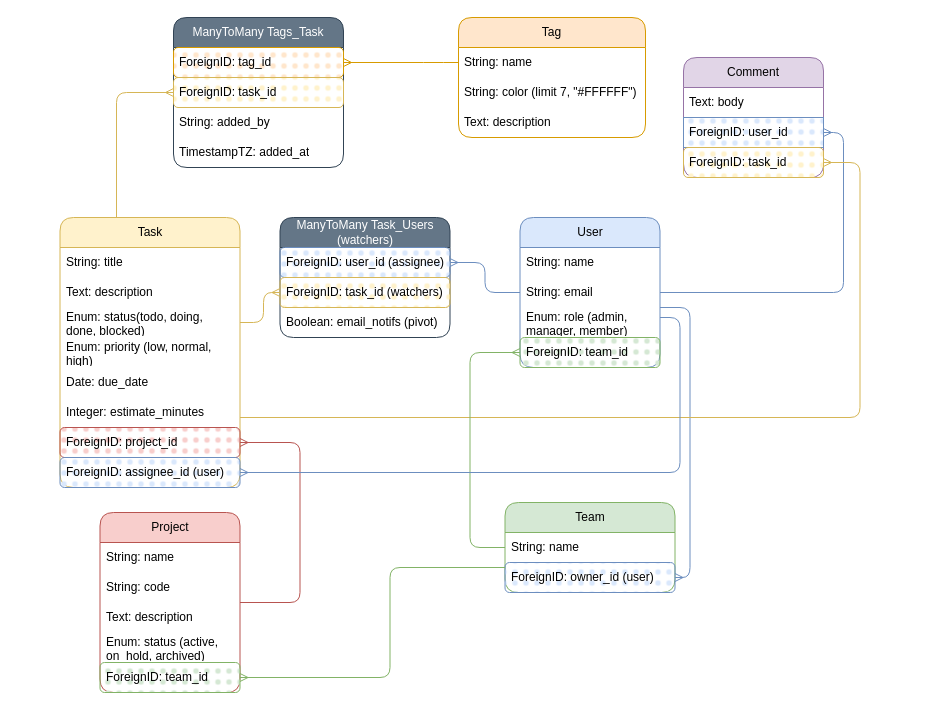
Before: documentation/entity relationship diagram.drawio in DevindeWit/tasklist, a draw.io diagram. Source tidied: cells renumbered, new cells numbered last; positions are measured from the earlier drawing's top-left corner, leaving out a move shared by most shapes. Both pictures are drawn from the tidied source at 100%, with x=0, y=0 at pixel (59, 17).
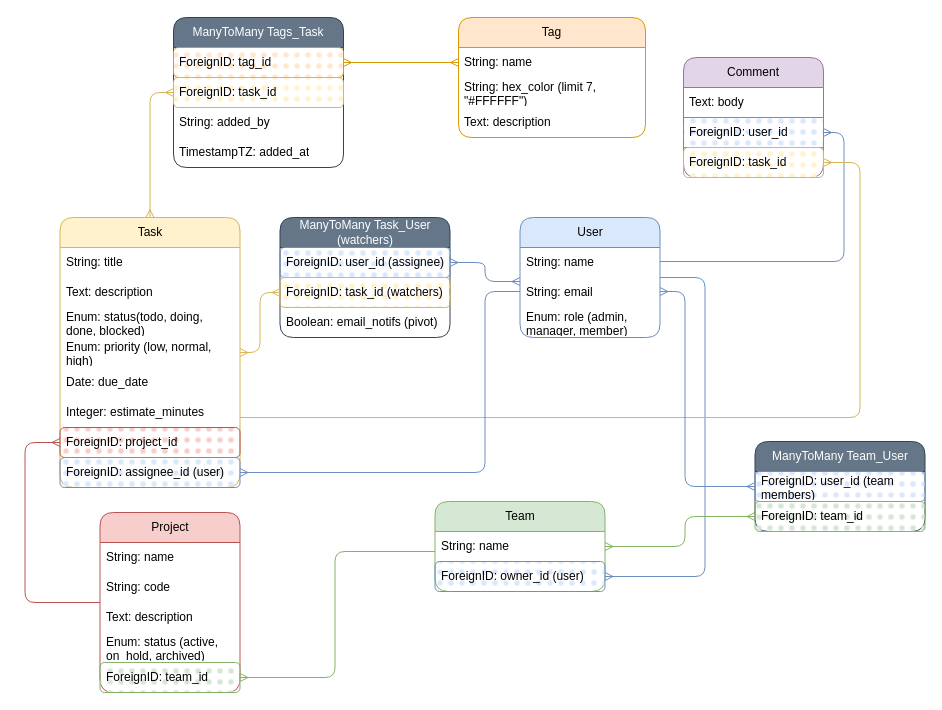
After the change.

The change refers to these unchanged cells:
```xml
<mxCell id="4" value="ForeignID: owner_id (user)" style="text;strokeColor=#6c8ebf;fillColor=#dae8fc;align=left;verticalAlign=middle;spacingLeft=4;spacingRight=4;overflow=hidden;points=[[0,0.5],[1,0.5]];portConstraint=eastwest;whiteSpace=wrap;html=1;fillStyle=dots;rounded=1;" parent="2" vertex="1">
  <mxGeometry y="60" width="170" height="30" as="geometry" />
</mxCell>
<mxCell id="10" value="Project" style="swimlane;fontStyle=0;horizontal=1;startSize=30;whiteSpace=wrap;html=1;fillColor=#f8cecc;strokeColor=#b85450;swimlaneFillColor=none;perimeterSpacing=0;rounded=1;shadow=0;" parent="1" vertex="1">
  <mxGeometry x="40.5" y="495" width="140" height="180" as="geometry" />
</mxCell>
<mxCell id="15" value="ForeignID: team_id" style="text;strokeColor=#82b366;fillColor=#d5e8d4;align=left;verticalAlign=middle;spacingLeft=4;spacingRight=4;overflow=hidden;points=[[0,0.5],[1,0.5]];portConstraint=eastwest;whiteSpace=wrap;html=1;fillStyle=dots;rounded=1;" parent="10" vertex="1">
  <mxGeometry y="150" width="140" height="30" as="geometry" />
</mxCell>
<mxCell id="16" value="Task" style="swimlane;fontStyle=0;horizontal=1;startSize=30;whiteSpace=wrap;html=1;fillColor=#fff2cc;strokeColor=#d6b656;swimlaneFillColor=none;perimeterSpacing=0;rounded=1;shadow=0;" parent="1" vertex="1">
  <mxGeometry x="0.5" y="200" width="180" height="270" as="geometry" />
</mxCell>
<mxCell id="23" value="ForeignID: project_id" style="text;strokeColor=#b85450;fillColor=#f8cecc;align=left;verticalAlign=middle;spacingLeft=4;spacingRight=4;overflow=hidden;points=[[0,0.5],[1,0.5]];portConstraint=eastwest;whiteSpace=wrap;html=1;rounded=1;fillStyle=dots;" parent="16" vertex="1">
  <mxGeometry y="210" width="180" height="30" as="geometry" />
</mxCell>
<mxCell id="24" value="ForeignID: assignee_id (user)" style="text;strokeColor=#6c8ebf;fillColor=#dae8fc;align=left;verticalAlign=middle;spacingLeft=4;spacingRight=4;overflow=hidden;points=[[0,0.5],[1,0.5]];portConstraint=eastwest;whiteSpace=wrap;html=1;rounded=1;fillStyle=dots;" parent="16" vertex="1">
  <mxGeometry y="240" width="180" height="30" as="geometry" />
</mxCell>
<mxCell id="25" value="Tag" style="swimlane;fontStyle=0;horizontal=1;startSize=30;whiteSpace=wrap;html=1;fillColor=#ffe6cc;strokeColor=#d79b00;swimlaneFillColor=none;perimeterSpacing=0;rounded=1;shadow=0;" parent="1" vertex="1">
  <mxGeometry x="399" width="187" height="120" as="geometry" />
</mxCell>
<mxCell id="31" value="ForeignID: user_id" style="text;strokeColor=#6c8ebf;fillColor=#dae8fc;align=left;verticalAlign=middle;spacingLeft=4;spacingRight=4;overflow=hidden;points=[[0,0.5],[1,0.5]];portConstraint=eastwest;whiteSpace=wrap;html=1;fillStyle=dots;" parent="29" vertex="1">
  <mxGeometry y="60" width="140" height="30" as="geometry" />
</mxCell>
<mxCell id="37" value="ManyToMany Tags_Task" style="swimlane;fontStyle=0;horizontal=1;startSize=30;whiteSpace=wrap;html=1;swimlaneFillColor=none;perimeterSpacing=0;rounded=1;shadow=0;fillColor=#647687;fontColor=#ffffff;strokeColor=#314354;" parent="1" vertex="1">
  <mxGeometry x="114" width="170" height="150" as="geometry" />
</mxCell>
<mxCell id="38" value="ForeignID: tag_id" style="text;strokeColor=#d79b00;fillColor=#ffe6cc;align=left;verticalAlign=middle;spacingLeft=4;spacingRight=4;overflow=hidden;points=[[0,0.5],[1,0.5]];portConstraint=eastwest;whiteSpace=wrap;html=1;rounded=1;fillStyle=dots;" parent="37" vertex="1">
  <mxGeometry y="30" width="170" height="30" as="geometry" />
</mxCell>
```

Diff of the diagram source:
```diff
@@
     <mxCell id="2" value="Team" style="swimlane;fontStyle=0;horizontal=1;startSize=30;whiteSpace=wrap;html=1;fillColor=#d5e8d4;strokeColor=#82b366;gradientColor=none;swimlaneFillColor=none;perimeterSpacing=0;rounded=1;shadow=0;" parent="1" vertex="1">
-      <mxGeometry x="445.5" y="485" width="170" height="90" as="geometry" />
+      <mxGeometry x="375.5" y="484" width="170" height="90" as="geometry" />
     </mxCell>
@@
     <mxCell id="5" value="User" style="swimlane;fontStyle=0;horizontal=1;startSize=30;whiteSpace=wrap;html=1;fillColor=#dae8fc;strokeColor=#6c8ebf;swimlaneFillColor=none;perimeterSpacing=0;rounded=1;shadow=0;" parent="1" vertex="1">
-      <mxGeometry x="460.5" y="200" width="140" height="150" as="geometry" />
+      <mxGeometry x="460.5" y="200" width="140" height="120" as="geometry" />
     </mxCell>
-    <mxCell id="6" value="String: name" style="text;strokeColor=none;fillColor=none;align=left;verticalAlign=middle;spacingLeft=4;spacingRight=4;overflow=hidden;whiteSpace=wrap;html=1;" parent="5" vertex="1">
-      <mxGeometry y="30" width="140" height="30" as="geometry" />
-    </mxCell>
+    <mxCell id="53" value="String: name" style="text;strokeColor=none;fillColor=none;align=left;verticalAlign=middle;spacingLeft=4;spacingRight=4;overflow=hidden;whiteSpace=wrap;html=1;" parent="5" vertex="1">
+      <mxGeometry y="30" width="140" height="30" as="geometry" />
+    </mxCell>
@@
-    <mxCell id="9" value="ForeignID: team_id" style="text;strokeColor=#82b366;fillColor=#d5e8d4;align=left;verticalAlign=middle;spacingLeft=4;spacingRight=4;overflow=hidden;points=[[0,0.5],[1,0.5]];portConstraint=eastwest;whiteSpace=wrap;html=1;fillStyle=dots;rounded=1;" parent="5" vertex="1">
-      <mxGeometry y="120" width="140" height="30" as="geometry" />
-    </mxCell>
@@
-    <mxCell id="11" value="String: name" style="text;strokeColor=none;fillColor=none;align=left;verticalAlign=middle;spacingLeft=4;spacingRight=4;overflow=hidden;whiteSpace=wrap;html=1;" parent="10" vertex="1">
-      <mxGeometry y="30" width="140" height="30" as="geometry" />
-    </mxCell>
+    <mxCell id="54" value="String: name" style="text;strokeColor=none;fillColor=none;align=left;verticalAlign=middle;spacingLeft=4;spacingRight=4;overflow=hidden;whiteSpace=wrap;html=1;" parent="10" vertex="1">
+      <mxGeometry y="30" width="140" height="30" as="geometry" />
+    </mxCell>
@@
-    <mxCell id="27" value="String: color (limit 7, &quot;#FFFFFF&quot;)" style="text;strokeColor=none;fillColor=none;align=left;verticalAlign=middle;spacingLeft=4;spacingRight=4;overflow=hidden;whiteSpace=wrap;html=1;" parent="25" vertex="1">
-      <mxGeometry y="60" width="187" height="30" as="geometry" />
-    </mxCell>
+    <mxCell id="55" value="String: hex_&lt;span style=&quot;background-color: transparent; color: light-dark(rgb(0, 0, 0), rgb(255, 255, 255));&quot;&gt;color (limit 7, &quot;#FFFFFF&quot;)&lt;/span&gt;" style="text;strokeColor=none;fillColor=none;align=left;verticalAlign=middle;spacingLeft=4;spacingRight=4;overflow=hidden;whiteSpace=wrap;html=1;" parent="25" vertex="1">
+      <mxGeometry y="60" width="187" height="30" as="geometry" />
+    </mxCell>
@@
-    <mxCell id="33" value="ManyToMany Task_Users (watchers)" style="swimlane;fontStyle=0;horizontal=1;startSize=30;whiteSpace=wrap;html=1;swimlaneFillColor=none;perimeterSpacing=0;rounded=1;shadow=0;fillColor=#647687;fontColor=#ffffff;strokeColor=#314354;" parent="1" vertex="1">
-      <mxGeometry x="220.5" y="200" width="170" height="120" as="geometry" />
-    </mxCell>
+    <mxCell id="56" value="ManyToMany Task_User (watchers)" style="swimlane;fontStyle=0;horizontal=1;startSize=30;whiteSpace=wrap;html=1;swimlaneFillColor=none;perimeterSpacing=0;rounded=1;shadow=0;fillColor=#647687;fontColor=#ffffff;strokeColor=#314354;" parent="1" vertex="1">
+      <mxGeometry x="220.5" y="200" width="170" height="120" as="geometry" />
+    </mxCell>
-    <mxCell id="34" value="ForeignID: user_id (assignee)" style="text;strokeColor=#6c8ebf;fillColor=#dae8fc;align=left;verticalAlign=middle;spacingLeft=4;spacingRight=4;overflow=hidden;points=[[0,0.5],[1,0.5]];portConstraint=eastwest;whiteSpace=wrap;html=1;fillStyle=dots;rounded=1;" parent="33" vertex="1">
+    <mxCell id="34" value="ForeignID: user_id (assignee)" style="text;strokeColor=#6c8ebf;fillColor=#dae8fc;align=left;verticalAlign=middle;spacingLeft=4;spacingRight=4;overflow=hidden;points=[[0,0.5],[1,0.5]];portConstraint=eastwest;whiteSpace=wrap;html=1;fillStyle=dots;rounded=1;" parent="56" vertex="1">
       <mxGeometry y="30" width="170" height="30" as="geometry" />
     </mxCell>
-    <mxCell id="35" value="ForeignID: task_id (watchers)" style="text;strokeColor=#d6b656;fillColor=#fff2cc;align=left;verticalAlign=middle;spacingLeft=4;spacingRight=4;overflow=hidden;points=[[0,0.5],[1,0.5]];portConstraint=eastwest;whiteSpace=wrap;html=1;fillStyle=dots;rounded=1;" parent="33" vertex="1">
+    <mxCell id="35" value="ForeignID: task_id (watchers)" style="text;strokeColor=#d6b656;fillColor=#fff2cc;align=left;verticalAlign=middle;spacingLeft=4;spacingRight=4;overflow=hidden;points=[[0,0.5],[1,0.5]];portConstraint=eastwest;whiteSpace=wrap;html=1;fillStyle=dots;rounded=1;" parent="56" vertex="1">
       <mxGeometry y="60" width="170" height="30" as="geometry" />
     </mxCell>
-    <mxCell id="36" value="Boolean: email_notifs (pivot)" style="text;strokeColor=none;fillColor=none;align=left;verticalAlign=middle;spacingLeft=4;spacingRight=4;overflow=hidden;whiteSpace=wrap;html=1;fillStyle=dots;rounded=1;" parent="33" vertex="1">
+    <mxCell id="36" value="Boolean: email_notifs (pivot)" style="text;strokeColor=none;fillColor=none;align=left;verticalAlign=middle;spacingLeft=4;spacingRight=4;overflow=hidden;whiteSpace=wrap;html=1;fillStyle=dots;rounded=1;" parent="56" vertex="1">
       <mxGeometry y="90" width="170" height="30" as="geometry" />
     </mxCell>
@@
     <mxCell id="42" style="edgeStyle=orthogonalEdgeStyle;fontSize=12;html=1;endArrow=ERmany;rounded=1;fontFamily=Helvetica;fontColor=default;fontStyle=0;horizontal=1;curved=0;entryX=1;entryY=0.5;entryDx=0;entryDy=0;fillColor=#dae8fc;strokeColor=#6c8ebf;" parent="1" edge="1" source="5" target="31">
       <mxGeometry relative="1" as="geometry">
         <Array as="points">
-          <mxPoint x="784" y="275" />
-          <mxPoint x="784" y="115" />
+          <mxPoint x="784.5" y="244" />
+          <mxPoint x="784.5" y="115" />
         </Array>
       </mxGeometry>
     </mxCell>
     <mxCell id="43" style="edgeStyle=orthogonalEdgeStyle;fontSize=12;html=1;endArrow=ERmany;rounded=1;fontFamily=Helvetica;fontColor=default;fontStyle=0;horizontal=1;curved=0;entryX=1;entryY=0.5;entryDx=0;entryDy=0;fillColor=#d5e8d4;strokeColor=#82b366;" parent="1" edge="1" source="2" target="15">
       <mxGeometry relative="1" as="geometry">
         <Array as="points">
-          <mxPoint x="330.5" y="550" />
-          <mxPoint x="330.5" y="660" />
+          <mxPoint x="275.5" y="534" />
+          <mxPoint x="275.5" y="660" />
         </Array>
       </mxGeometry>
     </mxCell>
     <mxCell id="44" style="edgeStyle=orthogonalEdgeStyle;fontSize=12;html=1;endArrow=ERmany;rounded=1;fontFamily=Helvetica;fontColor=default;fontStyle=0;horizontal=1;curved=0;entryX=1;entryY=0.5;entryDx=0;entryDy=0;fillColor=#dae8fc;strokeColor=#6c8ebf;" parent="1" edge="1" source="5" target="4">
       <mxGeometry relative="1" as="geometry">
         <Array as="points">
-          <mxPoint x="630.5" y="290" />
-          <mxPoint x="630.5" y="560" />
+          <mxPoint x="645.5" y="260" />
+          <mxPoint x="645.5" y="559" />
         </Array>
       </mxGeometry>
     </mxCell>
@@
-    <mxCell id="46" style="edgeStyle=orthogonalEdgeStyle;fontSize=12;html=1;endArrow=ERmany;rounded=1;fontFamily=Helvetica;fontColor=default;fontStyle=0;horizontal=1;curved=0;entryX=0;entryY=0.5;entryDx=0;entryDy=0;fillColor=#d5e8d4;strokeColor=#82b366;" parent="1" edge="1" source="2" target="9">
+    <mxCell id="46" style="edgeStyle=orthogonalEdgeStyle;fontSize=12;html=1;endArrow=ERmany;rounded=1;fontFamily=Helvetica;fontColor=default;fontStyle=0;horizontal=1;entryX=0;entryY=0.5;entryDx=0;entryDy=0;fillColor=#d5e8d4;strokeColor=#82b366;startArrow=ERmany;" parent="1" edge="1" source="2" target="9">
       <mxGeometry relative="1" as="geometry">
         <Array as="points">
-          <mxPoint x="410.5" y="530" />
-          <mxPoint x="410.5" y="335" />
+          <mxPoint x="625.5" y="529" />
+          <mxPoint x="625.5" y="499" />
         </Array>
       </mxGeometry>
     </mxCell>
-    <mxCell id="47" style="edgeStyle=orthogonalEdgeStyle;fontSize=12;html=1;endArrow=ERmany;rounded=1;fontFamily=Helvetica;fontColor=default;fontStyle=0;horizontal=1;curved=0;entryX=1;entryY=0.5;entryDx=0;entryDy=0;fillColor=#f8cecc;strokeColor=#b85450;" parent="1" edge="1" source="10" target="23">
+    <mxCell id="47" style="edgeStyle=orthogonalEdgeStyle;fontSize=12;html=1;endArrow=ERmany;rounded=1;fontFamily=Helvetica;fontColor=default;fontStyle=0;horizontal=1;curved=0;entryX=0;entryY=0.5;entryDx=0;entryDy=0;fillColor=#f8cecc;strokeColor=#b85450;" parent="1" edge="1" source="10" target="23">
       <mxGeometry relative="1" as="geometry">
         <Array as="points">
-          <mxPoint x="240.5" y="585" />
-          <mxPoint x="240.5" y="425" />
+          <mxPoint x="-34.5" y="585" />
+          <mxPoint x="-34.5" y="425" />
         </Array>
       </mxGeometry>
     </mxCell>
     <mxCell id="48" style="edgeStyle=orthogonalEdgeStyle;fontSize=12;html=1;endArrow=ERmany;rounded=1;fontFamily=Helvetica;fontColor=default;fontStyle=0;horizontal=1;curved=0;entryX=1;entryY=0.5;entryDx=0;entryDy=0;fillColor=#dae8fc;strokeColor=#6c8ebf;" parent="1" edge="1" source="5" target="24">
       <mxGeometry relative="1" as="geometry">
         <Array as="points">
-          <mxPoint x="620.5" y="300" />
-          <mxPoint x="620.5" y="455" />
+          <mxPoint x="425.5" y="274" />
+          <mxPoint x="425.5" y="455" />
         </Array>
       </mxGeometry>
     </mxCell>
-    <mxCell id="49" style="edgeStyle=orthogonalEdgeStyle;fontSize=12;html=1;endArrow=ERmany;rounded=1;fontFamily=Helvetica;fontColor=default;fontStyle=0;horizontal=1;curved=0;entryX=1;entryY=0.5;entryDx=0;entryDy=0;fillColor=#dae8fc;strokeColor=#6c8ebf;" parent="1" edge="1" source="5" target="34">
-      <mxGeometry relative="1" as="geometry" />
+    <mxCell id="49" style="edgeStyle=orthogonalEdgeStyle;fontSize=12;html=1;endArrow=ERmany;rounded=1;fontFamily=Helvetica;fontColor=default;fontStyle=0;horizontal=1;entryX=1;entryY=0.5;entryDx=0;entryDy=0;fillColor=#dae8fc;strokeColor=#6c8ebf;startArrow=ERmany;" parent="1" edge="1" source="5" target="34">
+      <mxGeometry relative="1" as="geometry">
+        <Array as="points">
+          <mxPoint x="425.5" y="264" />
+          <mxPoint x="425.5" y="245" />
+        </Array>
+      </mxGeometry>
     </mxCell>
-    <mxCell id="50" style="edgeStyle=orthogonalEdgeStyle;fontSize=12;html=1;endArrow=ERmany;rounded=1;fontFamily=Helvetica;fontColor=default;fontStyle=0;horizontal=1;curved=0;fillColor=#fff2cc;strokeColor=#d6b656;entryX=0;entryY=0.5;entryDx=0;entryDy=0;" parent="1" edge="1" source="16" target="35">
-      <mxGeometry relative="1" as="geometry">
-        <Array as="points">
-          <mxPoint x="204" y="305" />
-          <mxPoint x="204" y="275" />
-        </Array>
-      </mxGeometry>
+    <mxCell id="50" style="edgeStyle=orthogonalEdgeStyle;fontSize=12;html=1;endArrow=ERmany;rounded=1;fontFamily=Helvetica;fontColor=default;fontStyle=0;horizontal=1;fillColor=#fff2cc;strokeColor=#d6b656;entryX=0;entryY=0.5;entryDx=0;entryDy=0;startArrow=ERmany;" parent="1" edge="1" source="16" target="35">
+      <mxGeometry relative="1" as="geometry" />
     </mxCell>
-    <mxCell id="51" style="edgeStyle=orthogonalEdgeStyle;fontSize=12;html=1;endArrow=ERmany;rounded=1;fontFamily=Helvetica;fontColor=default;fontStyle=0;horizontal=1;curved=0;fillColor=#fff2cc;strokeColor=#d6b656;entryX=0;entryY=0.5;entryDx=0;entryDy=0;" parent="1" edge="1" source="16" target="37">
-      <mxGeometry relative="1" as="geometry">
-        <Array as="points">
-          <mxPoint x="57" y="75" />
-        </Array>
-      </mxGeometry>
+    <mxCell id="51" style="edgeStyle=orthogonalEdgeStyle;fontSize=12;html=1;endArrow=ERmany;rounded=1;fontFamily=Helvetica;fontColor=default;fontStyle=0;horizontal=1;fillColor=#fff2cc;strokeColor=#d6b656;entryX=0;entryY=0.5;entryDx=0;entryDy=0;startArrow=ERmany;" parent="1" edge="1" source="16" target="37">
+      <mxGeometry relative="1" as="geometry" />
     </mxCell>
-    <mxCell id="52" style="edgeStyle=orthogonalEdgeStyle;fontSize=12;html=1;endArrow=ERmany;rounded=1;fontFamily=Helvetica;fontColor=default;fontStyle=0;horizontal=1;curved=0;fillColor=#ffe6cc;strokeColor=#d79b00;" parent="1" edge="1" source="25" target="38">
+    <mxCell id="52" style="edgeStyle=orthogonalEdgeStyle;fontSize=12;html=1;endArrow=ERmany;rounded=1;fontFamily=Helvetica;fontColor=default;fontStyle=0;horizontal=1;fillColor=#ffe6cc;strokeColor=#d79b00;startArrow=ERmany;" parent="1" edge="1" source="25" target="38">
       <mxGeometry relative="1" as="geometry">
         <Array as="points">
-          <mxPoint x="374" y="45" />
-          <mxPoint x="374" y="45" />
+          <mxPoint x="375.5" y="45" />
+          <mxPoint x="375.5" y="45" />
         </Array>
       </mxGeometry>
     </mxCell>
+    <mxCell id="57" value="ManyToMany Team_User" style="swimlane;fontStyle=0;horizontal=1;startSize=30;whiteSpace=wrap;html=1;swimlaneFillColor=none;perimeterSpacing=0;rounded=1;shadow=0;fillColor=#647687;fontColor=#ffffff;strokeColor=#314354;" parent="1" vertex="1">
+      <mxGeometry x="695.5" y="424" width="170" height="90" as="geometry" />
+    </mxCell>
+    <mxCell id="58" value="ForeignID: user_id (team members)" style="text;strokeColor=#6c8ebf;fillColor=#dae8fc;align=left;verticalAlign=middle;spacingLeft=4;spacingRight=4;overflow=hidden;points=[[0,0.5],[1,0.5]];portConstraint=eastwest;whiteSpace=wrap;html=1;fillStyle=dots;rounded=1;" parent="57" vertex="1">
+      <mxGeometry y="30" width="170" height="30" as="geometry" />
+    </mxCell>
+    <mxCell id="9" value="ForeignID: team_id" style="text;strokeColor=#82b366;fillColor=#d5e8d4;align=left;verticalAlign=middle;spacingLeft=4;spacingRight=4;overflow=hidden;points=[[0,0.5],[1,0.5]];portConstraint=eastwest;whiteSpace=wrap;html=1;fillStyle=dots;rounded=1;" parent="57" vertex="1">
+      <mxGeometry y="60" width="170" height="30" as="geometry" />
+    </mxCell>
+    <mxCell id="59" style="edgeStyle=orthogonalEdgeStyle;fontSize=12;html=1;endArrow=ERmany;rounded=1;fontFamily=Helvetica;fontColor=default;fontStyle=0;horizontal=1;entryX=0;entryY=0.5;entryDx=0;entryDy=0;fillColor=#dae8fc;strokeColor=#6c8ebf;startArrow=ERmany;" parent="1" edge="1" source="5" target="58">
+      <mxGeometry relative="1" as="geometry">
+        <Array as="points">
+          <mxPoint x="625.5" y="274" />
+          <mxPoint x="625.5" y="469" />
+        </Array>
+      </mxGeometry>
+    </mxCell>
```
